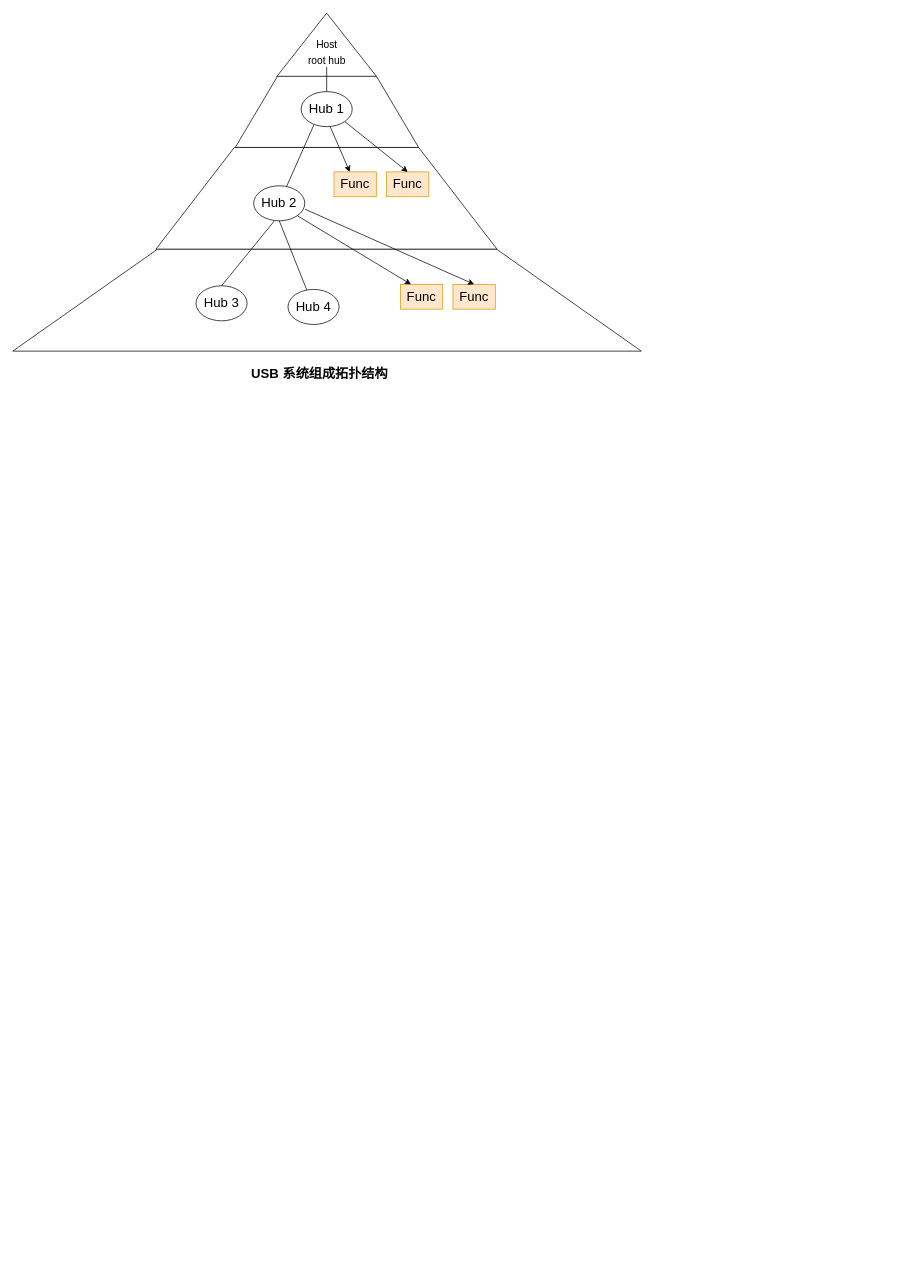
Before: page "USB" (6 of 6) of docs/workSpacePic/linux内核和驱动.drawio in kendall-cpp/kendall-simple-vim, a draw.io diagram. Source tidied: cells renumbered, new cells numbered last; positions are measured from the earlier drawing's top-left corner, leaving out a move shared by most shapes. Both pictures are drawn from the tidied source at 73%, with x=0, y=0 at pixel (12, -5).
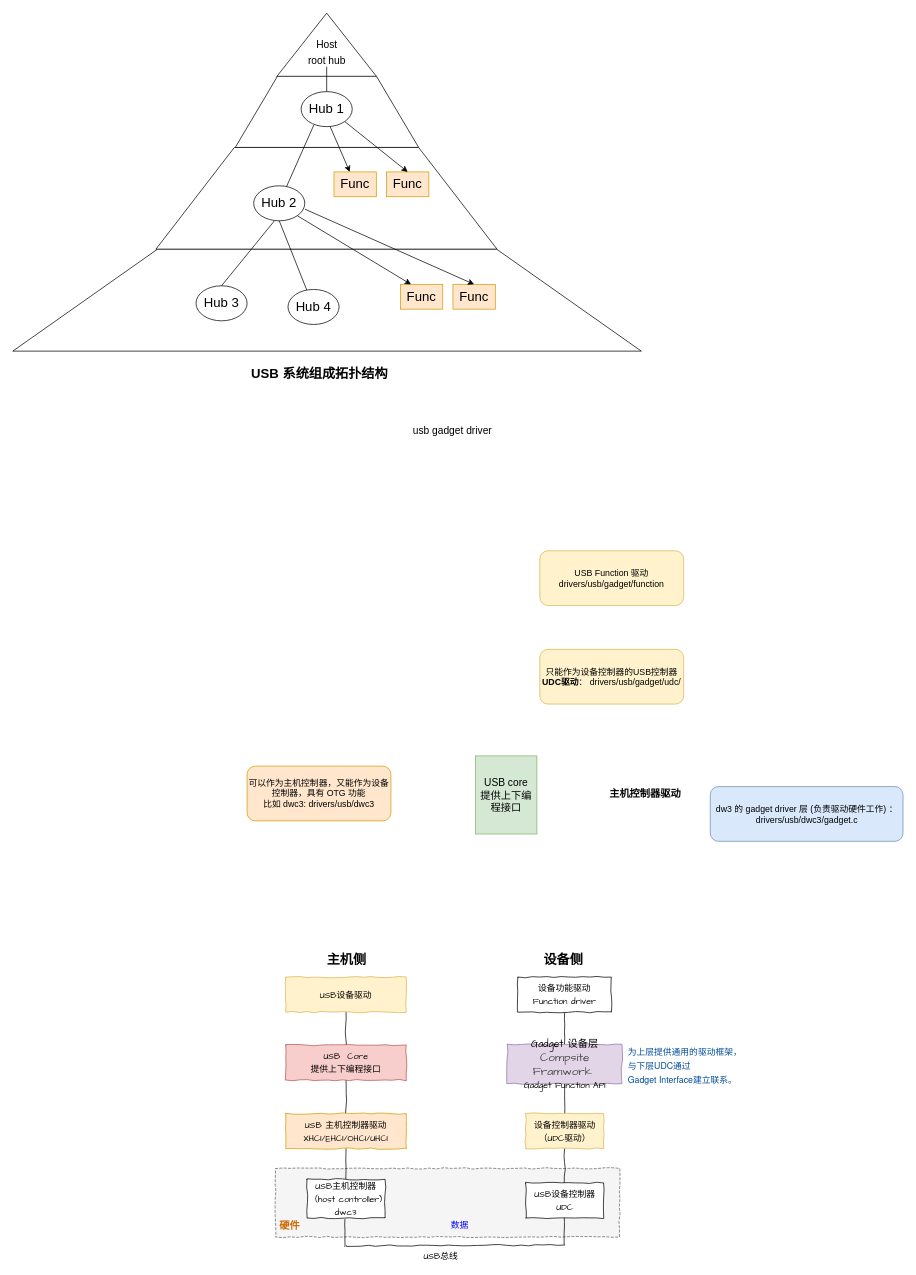
Above is the later version.

The edit, as a diff of the source:
```diff
@@
+    <mxCell id="24" style="rounded=0;whiteSpace=wrap;html=1;comic=1;fontFamily=Comic Sans MS;fontSize=12;dashed=1;fillColor=#f5f5f5;strokeWidth=1;fontColor=#333333;strokeColor=#666666;" parent="1" vertex="1">
+      <mxGeometry x="360" y="1607" width="471" height="94" as="geometry" />
+    </mxCell>
@@
+    <mxCell id="25" value="&lt;font style=&quot;font-size: 14px&quot;&gt;usb gadget driver&lt;/font&gt;" style="text;html=1;align=center;verticalAlign=middle;strokeColor=none;fillColor=none;" parent="1" vertex="1">
+      <mxGeometry x="543" y="587" width="118" height="19" as="geometry" />
+    </mxCell>
+    <mxCell id="26" value="只能作为设备控制器的USB控制器&lt;br&gt;&lt;b&gt;UDC驱动&lt;/b&gt;： drivers/usb/gadget/udc/" style="rounded=1;whiteSpace=wrap;html=1;fillColor=#fff2cc;strokeColor=#d6b656;" parent="1" vertex="1">
+      <mxGeometry x="722" y="896" width="197" height="75" as="geometry" />
+    </mxCell>
+    <mxCell id="27" value="可以作为主机控制器，又能作为设备控制器，具有 OTG 功能&lt;br&gt;比如 dwc3:&amp;nbsp;drivers/usb/dwc3" style="rounded=1;whiteSpace=wrap;html=1;fillColor=#ffe6cc;strokeColor=#d79b00;" parent="1" vertex="1">
+      <mxGeometry x="321" y="1056" width="197" height="75" as="geometry" />
+    </mxCell>
+    <mxCell id="28" value="dw3 的 gadget driver 层 (负责驱动硬件工作)&amp;nbsp;：&lt;br&gt;drivers/usb/dwc3/gadget.c" style="rounded=1;whiteSpace=wrap;html=1;fillColor=#dae8fc;strokeColor=#6c8ebf;" parent="1" vertex="1">
+      <mxGeometry x="955.5" y="1084" width="264" height="75" as="geometry" />
+    </mxCell>
+    <mxCell id="29" value="USB Function 驱动&lt;br&gt;drivers/usb/gadget/function" style="rounded=1;whiteSpace=wrap;html=1;fillColor=#fff2cc;strokeColor=#d6b656;" parent="1" vertex="1">
+      <mxGeometry x="722" y="761" width="197" height="75" as="geometry" />
+    </mxCell>
+    <mxCell id="30" value="USB core&lt;br&gt;提供上下编程接口" style="rounded=0;whiteSpace=wrap;html=1;fontSize=14;fillColor=#d5e8d4;strokeColor=#82b366;" parent="1" vertex="1">
+      <mxGeometry x="634" y="1042" width="84" height="107" as="geometry" />
+    </mxCell>
+    <mxCell id="31" value="&lt;font style=&quot;font-size: 14px&quot;&gt;&lt;b&gt;主机控制器驱动&lt;br&gt;&lt;/b&gt;&lt;/font&gt;" style="text;html=1;align=center;verticalAlign=middle;strokeColor=none;fillColor=none;fontSize=14;" parent="1" vertex="1">
+      <mxGeometry x="812" y="1083" width="108" height="21" as="geometry" />
+    </mxCell>
+    <mxCell id="32" style="endArrow=none;html=1;rounded=0;fontSize=14;sketch=0;comic=1;" parent="1" edge="1">
+      <mxGeometry relative="1" as="geometry">
+        <mxPoint x="457" y="1713" as="sourcePoint" />
+        <mxPoint x="756" y="1712" as="targetPoint" />
+      </mxGeometry>
+    </mxCell>
+    <mxCell id="33" style="endArrow=none;html=1;rounded=0;comic=1;sketch=0;fontSize=14;" parent="1" edge="1">
+      <mxGeometry relative="1" as="geometry">
+        <mxPoint x="455" y="1714" as="sourcePoint" />
+        <mxPoint x="455" y="1677" as="targetPoint" />
+      </mxGeometry>
+    </mxCell>
+    <mxCell id="34" style="endArrow=none;html=1;rounded=0;comic=1;sketch=0;fontSize=14;" parent="1" edge="1">
+      <mxGeometry relative="1" as="geometry">
+        <mxPoint x="755.5" y="1711" as="sourcePoint" />
+        <mxPoint x="755.5" y="1674" as="targetPoint" />
+      </mxGeometry>
+    </mxCell>
+    <mxCell id="35" style="edgeStyle=orthogonalEdgeStyle;rounded=0;comic=1;sketch=0;jettySize=auto;html=1;fontSize=12;endArrow=none;endFill=0;" parent="1" edge="1" source="36" target="45">
+      <mxGeometry relative="1" as="geometry" />
+    </mxCell>
+    <mxCell id="36" value="&lt;font style=&quot;font-size: 12px&quot; face=&quot;Comic Sans MS&quot;&gt;USB主机控制器&lt;br&gt;（host controller)&lt;br&gt;dwc3&lt;br&gt;&lt;/font&gt;" style="rounded=0;whiteSpace=wrap;html=1;fontSize=14;comic=1;" parent="1" vertex="1">
+      <mxGeometry x="403" y="1622" width="107" height="53" as="geometry" />
+    </mxCell>
+    <mxCell id="37" style="edgeStyle=orthogonalEdgeStyle;rounded=0;comic=1;sketch=0;jettySize=auto;html=1;fontSize=12;endArrow=none;endFill=0;" parent="1" edge="1" source="38" target="40">
+      <mxGeometry relative="1" as="geometry" />
+    </mxCell>
+    <mxCell id="38" value="&lt;font style=&quot;font-size: 12px&quot;&gt;&lt;font face=&quot;Comic Sans MS&quot;&gt;USB设备控制器&lt;br&gt;UDC&lt;/font&gt;&lt;br&gt;&lt;/font&gt;" style="rounded=0;whiteSpace=wrap;html=1;fontSize=14;comic=1;" parent="1" vertex="1">
+      <mxGeometry x="702.5" y="1627" width="107" height="48" as="geometry" />
+    </mxCell>
+    <mxCell id="39" style="edgeStyle=orthogonalEdgeStyle;rounded=0;comic=1;sketch=0;jettySize=auto;html=1;fontSize=12;endArrow=none;endFill=0;" parent="1" edge="1" source="40" target="42">
+      <mxGeometry relative="1" as="geometry" />
+    </mxCell>
+    <mxCell id="40" value="&lt;font style=&quot;font-size: 12px&quot;&gt;&lt;font face=&quot;Comic Sans MS&quot;&gt;设备控制器驱动&lt;br&gt;（UDC驱动）&lt;/font&gt;&lt;br&gt;&lt;/font&gt;" style="rounded=0;whiteSpace=wrap;html=1;fontSize=14;comic=1;fillColor=#fff2cc;strokeColor=#d6b656;" parent="1" vertex="1">
+      <mxGeometry x="702.5" y="1532" width="107" height="48" as="geometry" />
+    </mxCell>
+    <mxCell id="41" style="edgeStyle=orthogonalEdgeStyle;rounded=0;comic=1;sketch=0;jettySize=auto;html=1;fontSize=12;endArrow=none;endFill=0;" parent="1" edge="1" source="42" target="43">
+      <mxGeometry relative="1" as="geometry" />
+    </mxCell>
+    <mxCell id="42" value="&lt;font style=&quot;font-size: 12px&quot;&gt;&lt;font face=&quot;Comic Sans MS&quot;&gt;&lt;span style=&quot;font-size: 14px ; text-align: left&quot;&gt;Gadget 设备层&lt;br&gt;&lt;/span&gt;&lt;span style=&quot;color: rgb(77 , 77 , 77) ; font-family: , &amp;#34;sf ui text&amp;#34; , &amp;#34;arial&amp;#34; , &amp;#34;pingfang sc&amp;#34; , &amp;#34;hiragino sans gb&amp;#34; , &amp;#34;microsoft yahei&amp;#34; , &amp;#34;wenquanyi micro hei&amp;#34; , sans-serif , &amp;#34;simhei&amp;#34; , &amp;#34;simsun&amp;#34; ; font-size: 16px&quot;&gt;Compsite Framwork&amp;nbsp;&lt;/span&gt;&lt;span style=&quot;font-size: 14px ; text-align: left&quot;&gt;&lt;br&gt;&lt;/span&gt;Gadget Function API&lt;/font&gt;&lt;br&gt;&lt;/font&gt;" style="rounded=0;whiteSpace=wrap;html=1;fontSize=14;comic=1;fillColor=#e1d5e7;strokeColor=#9673a6;" parent="1" vertex="1">
+      <mxGeometry x="677.5" y="1437" width="157" height="54" as="geometry" />
+    </mxCell>
+    <mxCell id="43" value="&lt;font style=&quot;font-size: 12px&quot;&gt;&lt;font face=&quot;Comic Sans MS&quot;&gt;设备功能驱动&lt;br&gt;Function driver&lt;/font&gt;&lt;br&gt;&lt;/font&gt;" style="rounded=0;whiteSpace=wrap;html=1;fontSize=14;comic=1;" parent="1" vertex="1">
+      <mxGeometry x="692" y="1345" width="128" height="48" as="geometry" />
+    </mxCell>
+    <mxCell id="44" style="edgeStyle=orthogonalEdgeStyle;rounded=0;comic=1;sketch=0;jettySize=auto;html=1;fontFamily=Comic Sans MS;fontSize=12;endArrow=none;endFill=0;" parent="1" edge="1" source="45" target="47">
+      <mxGeometry relative="1" as="geometry" />
+    </mxCell>
+    <mxCell id="45" value="&lt;span style=&quot;font-size: 12px&quot;&gt;&lt;font face=&quot;Comic Sans MS&quot;&gt;USB 主机控制器驱动&lt;br&gt;XHCI/EHCI/OHCI/UHCI&lt;/font&gt;&lt;br&gt;&lt;/span&gt;" style="rounded=0;whiteSpace=wrap;html=1;fontSize=14;comic=1;fillColor=#ffe6cc;strokeColor=#d79b00;" parent="1" vertex="1">
+      <mxGeometry x="373.9" y="1532" width="165.2" height="48" as="geometry" />
+    </mxCell>
+    <mxCell id="46" style="edgeStyle=orthogonalEdgeStyle;rounded=0;comic=1;sketch=0;jettySize=auto;html=1;fontFamily=Comic Sans MS;fontSize=12;endArrow=none;endFill=0;" parent="1" edge="1" source="47" target="48">
+      <mxGeometry relative="1" as="geometry" />
+    </mxCell>
+    <mxCell id="47" value="&lt;span style=&quot;font-size: 12px&quot;&gt;&lt;font face=&quot;Comic Sans MS&quot;&gt;USB&amp;nbsp; Core&lt;br&gt;&lt;/font&gt;提供上下编程接口&lt;br&gt;&lt;/span&gt;" style="rounded=0;whiteSpace=wrap;html=1;fontSize=14;comic=1;fillColor=#f8cecc;strokeColor=#b85450;" parent="1" vertex="1">
+      <mxGeometry x="373.9" y="1438" width="165.2" height="48" as="geometry" />
+    </mxCell>
+    <mxCell id="48" value="&lt;span style=&quot;font-size: 12px&quot;&gt;&lt;font face=&quot;Comic Sans MS&quot;&gt;USB设备驱动&lt;/font&gt;&lt;br&gt;&lt;/span&gt;" style="rounded=0;whiteSpace=wrap;html=1;fontSize=14;comic=1;fillColor=#fff2cc;strokeColor=#d6b656;" parent="1" vertex="1">
+      <mxGeometry x="373.9" y="1345" width="165.2" height="48" as="geometry" />
+    </mxCell>
+    <mxCell id="49" value="USB总线" style="text;html=1;align=center;verticalAlign=middle;strokeColor=none;fillColor=none;fontSize=12;fontFamily=Comic Sans MS;" parent="1" vertex="1">
+      <mxGeometry x="556" y="1719" width="59" height="18" as="geometry" />
+    </mxCell>
+    <mxCell id="50" value="&lt;font color=&quot;#0000ff&quot;&gt;数据&lt;/font&gt;" style="text;html=1;align=center;verticalAlign=middle;strokeColor=none;fillColor=none;fontSize=12;fontFamily=Comic Sans MS;" parent="1" vertex="1">
+      <mxGeometry x="595" y="1677" width="34" height="18" as="geometry" />
+    </mxCell>
+    <mxCell id="51" value="&lt;font style=&quot;font-size: 14px&quot; color=&quot;#cc6600&quot;&gt;&lt;b&gt;硬件&lt;/b&gt;&lt;/font&gt;" style="text;html=1;align=center;verticalAlign=middle;strokeColor=none;fillColor=none;fontSize=12;fontFamily=Comic Sans MS;" parent="1" vertex="1">
+      <mxGeometry x="360" y="1677" width="38" height="18" as="geometry" />
+    </mxCell>
+    <mxCell id="52" value="&lt;font style=&quot;font-size: 18px&quot;&gt;&lt;b&gt;主机侧&lt;br&gt;&lt;/b&gt;&lt;/font&gt;" style="text;html=1;align=center;verticalAlign=middle;strokeColor=none;fillColor=none;fontSize=14;" parent="1" vertex="1">
+      <mxGeometry x="424.5" y="1310" width="64" height="22" as="geometry" />
+    </mxCell>
+    <mxCell id="53" value="&lt;font style=&quot;font-size: 18px&quot;&gt;&lt;b&gt;设备侧&lt;br&gt;&lt;/b&gt;&lt;/font&gt;" style="text;html=1;align=center;verticalAlign=middle;strokeColor=none;fillColor=none;fontSize=14;" parent="1" vertex="1">
+      <mxGeometry x="722" y="1310" width="64" height="22" as="geometry" />
+    </mxCell>
+    <mxCell id="54" value="&lt;span style=&quot;font-family: &amp;#34;helvetica neue&amp;#34; , &amp;#34;helvetica&amp;#34; , &amp;#34;verdana&amp;#34; , &amp;#34;arial&amp;#34; , sans-serif&quot;&gt;&lt;font style=&quot;font-size: 12px&quot; color=&quot;#004c99&quot;&gt;为上层提供通用的驱动框架，&lt;br&gt;与下层UDC通过&lt;br&gt;Gadget Interface建立联系。&lt;/font&gt;&lt;/span&gt;" style="text;html=1;align=left;verticalAlign=middle;strokeColor=none;fillColor=none;fontSize=14;fontFamily=Comic Sans MS;fontColor=#CC6600;" parent="1" vertex="1">
+      <mxGeometry x="841" y="1437" width="166" height="58" as="geometry" />
+    </mxCell>
```
